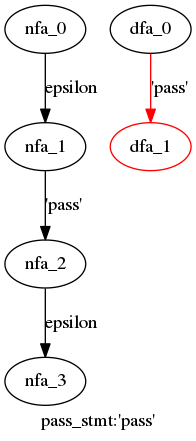
This is cpython/grammar/handwrite/nfa_dfas/21.pass_stmt.dot.png from WinChua/blog, a Graphviz export, as it was before one commit. Its source is kept beside it as cpython/grammar/handwrite/nfa_dfas/21.pass_stmt.dot.
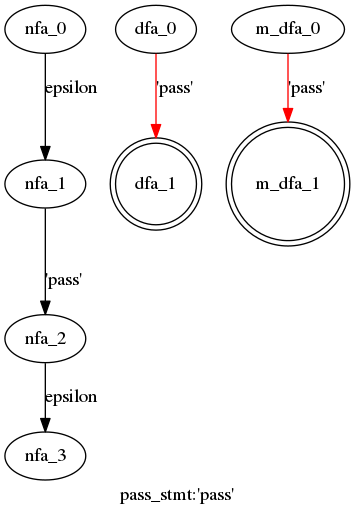
Above is the later version.

Diff of the diagram source:
```diff
@@ -7,6 +7,10 @@
   }
  subgraph pass_stmt_dfa {
   dfa_0->dfa_1[label="'pass'",color=red]
-  dfa_1[color=red]
+  dfa_1[shape=doublecircle]
+  }
+ subgraph pass_stmt_m_dfa {
+  m_dfa_0->m_dfa_1[label="'pass'",color=red]
+  m_dfa_1[shape=doublecircle]
   }
 }
```
